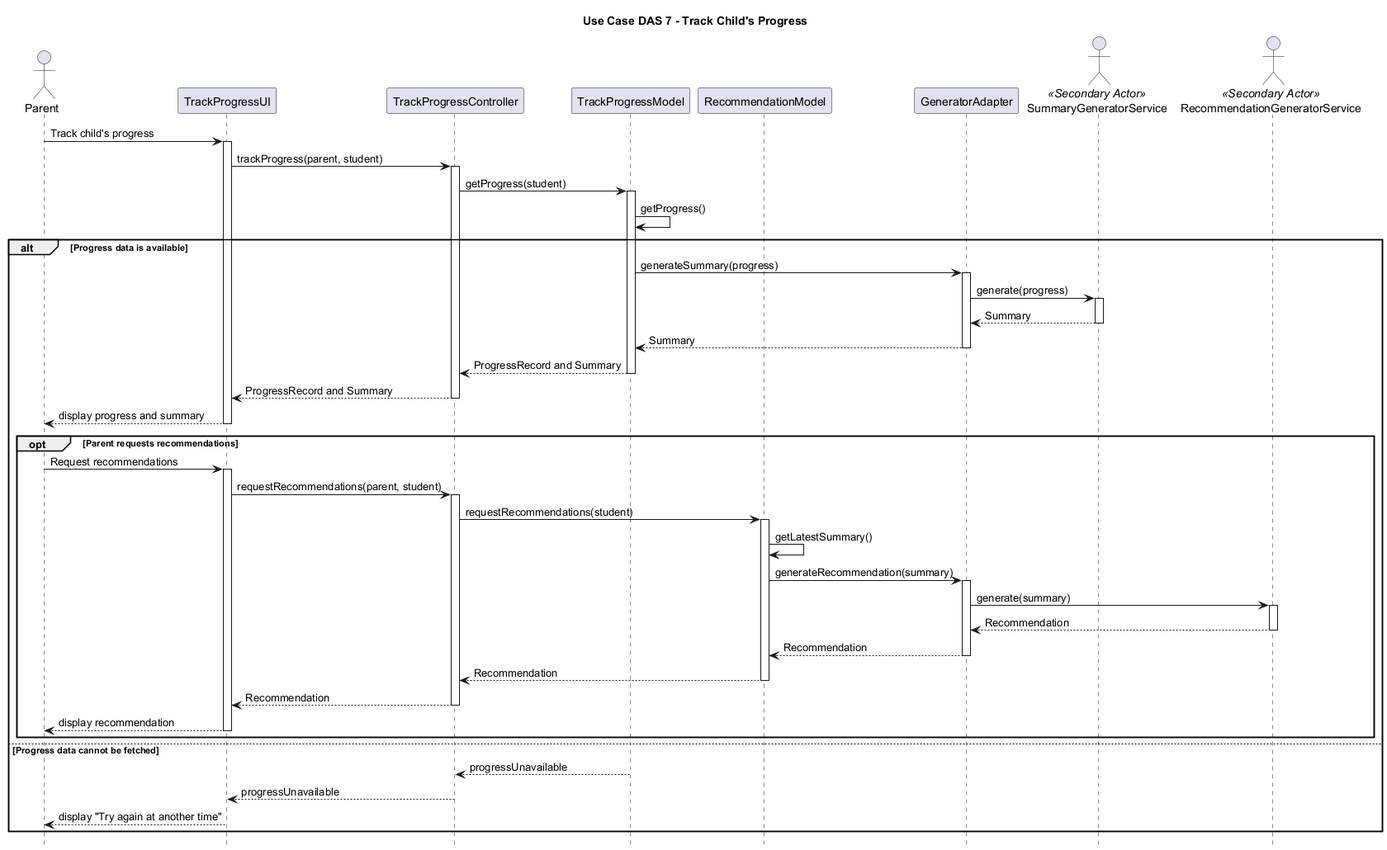
Before: DAS_7/backend/docs/sequenceDiagram7_1.png, a diagram exported from PlantUML (Bwooonggg/ESC-C2T5). Its diagram source:
```plantuml
@startuml
title Use Case DAS 7 - Track Child's Progress

hide footbox
autoactivate off
skinparam backgroundColor white

actor Parent
participant TrackProgressUI as UI
participant TrackProgressController as Controller
participant TrackProgressModel as Model
participant RecommendationModel as RecoModel
participant GeneratorAdapter as Adapter
actor SummaryGeneratorService as SummaryService <<Secondary Actor>>
actor RecommendationGeneratorService as RecommendationService <<Secondary Actor>>

Parent -> UI : Track child's progress
activate UI
UI -> Controller : trackProgress(parent, student)
activate Controller
Controller -> Model : getProgress(student)
activate Model
Model -> Model : getProgress()

alt Progress data is available
  Model -> Adapter : generateSummary(progress)
  activate Adapter
  Adapter -> SummaryService : generate(progress)
  activate SummaryService
  SummaryService --> Adapter -- : Summary
  Adapter --> Model -- : Summary
  Model --> Controller -- : ProgressRecord and Summary
  Controller --> UI -- : ProgressRecord and Summary
  UI --> Parent -- : display progress and summary

  opt Parent requests recommendations
    Parent -> UI : Request recommendations
    activate UI
    UI -> Controller : requestRecommendations(parent, student)
    activate Controller
    Controller -> RecoModel : requestRecommendations(student)
    activate RecoModel
    RecoModel -> RecoModel : getLatestSummary()
    RecoModel -> Adapter : generateRecommendation(summary)
    activate Adapter
    Adapter -> RecommendationService : generate(summary)
    activate RecommendationService
    RecommendationService --> Adapter -- : Recommendation
    Adapter --> RecoModel -- : Recommendation
    RecoModel --> Controller -- : Recommendation
    Controller --> UI -- : Recommendation
    UI --> Parent -- : display recommendation
  end
else Progress data cannot be fetched
  Model --> Controller -- : progressUnavailable
  Controller --> UI -- : progressUnavailable
  UI --> Parent -- : display "Try again at another time"
end

@enduml
```
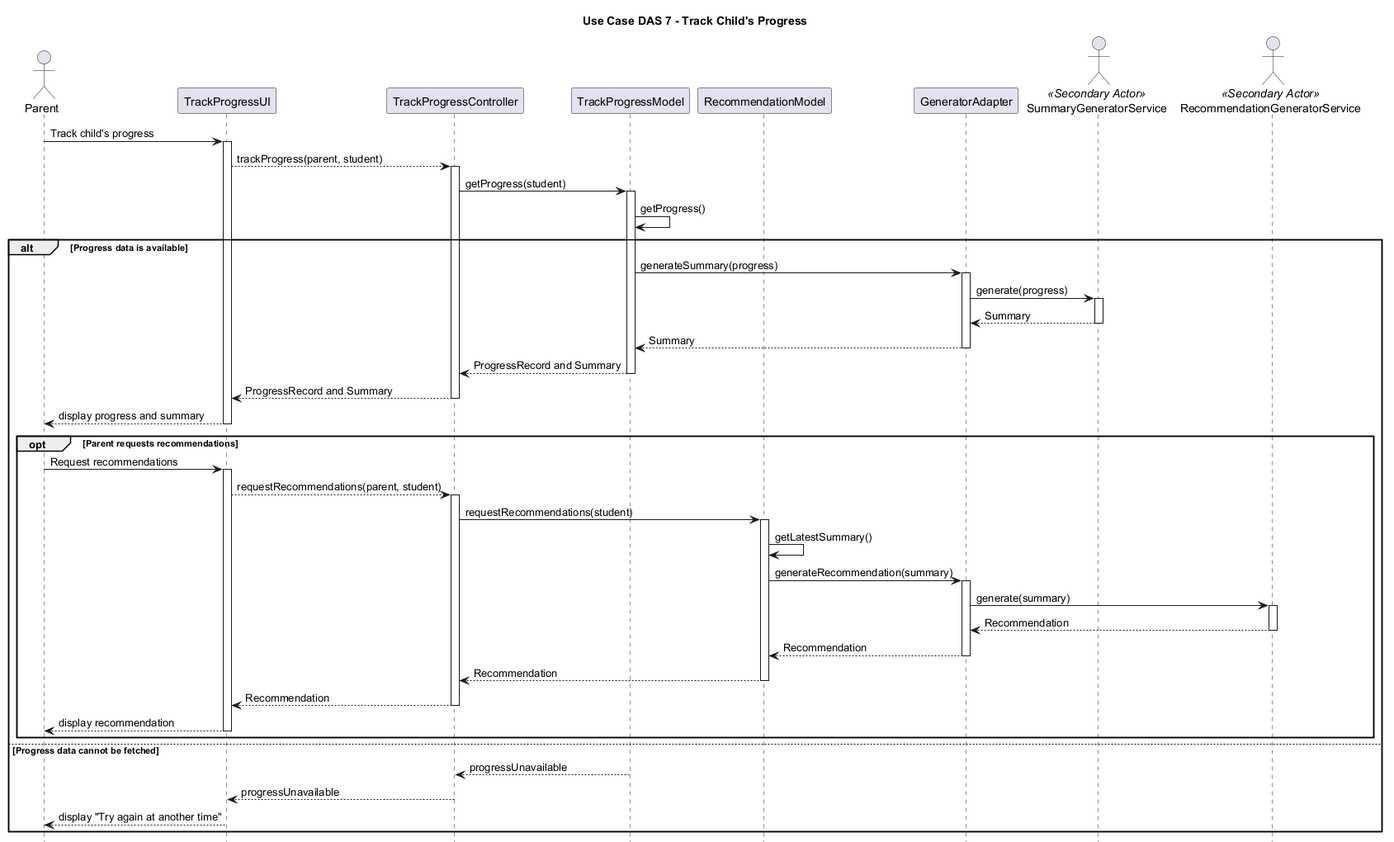
Above is the later version.

Commit message:
docs(DAS7 backend): updated sequence diagrams

Change to the diagram source:
```diff
@@ -16,7 +16,7 @@
 
 Parent -> UI : Track child's progress
 activate UI
-UI -> Controller : trackProgress(parent, student)
+UI --> Controller : trackProgress(parent, student)
 activate Controller
 Controller -> Model : getProgress(student)
 activate Model
@@ -36,7 +36,7 @@
   opt Parent requests recommendations
     Parent -> UI : Request recommendations
     activate UI
-    UI -> Controller : requestRecommendations(parent, student)
+    UI --> Controller : requestRecommendations(parent, student)
     activate Controller
     Controller -> RecoModel : requestRecommendations(student)
     activate RecoModel
```
